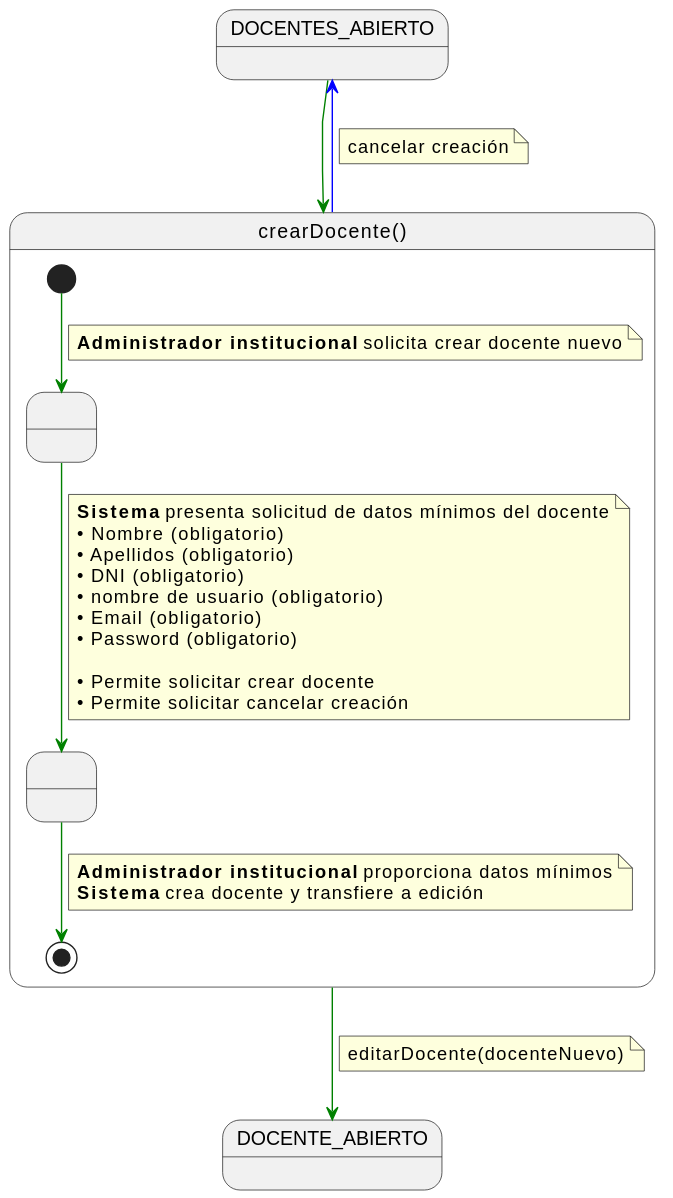
The PlantUML diagram documents/casos-de-uso/detalladoCasosDeUso/crearDocente/crearDocente.svg in martinlopez7/25-26-IdSw1-SdR, before a commit.
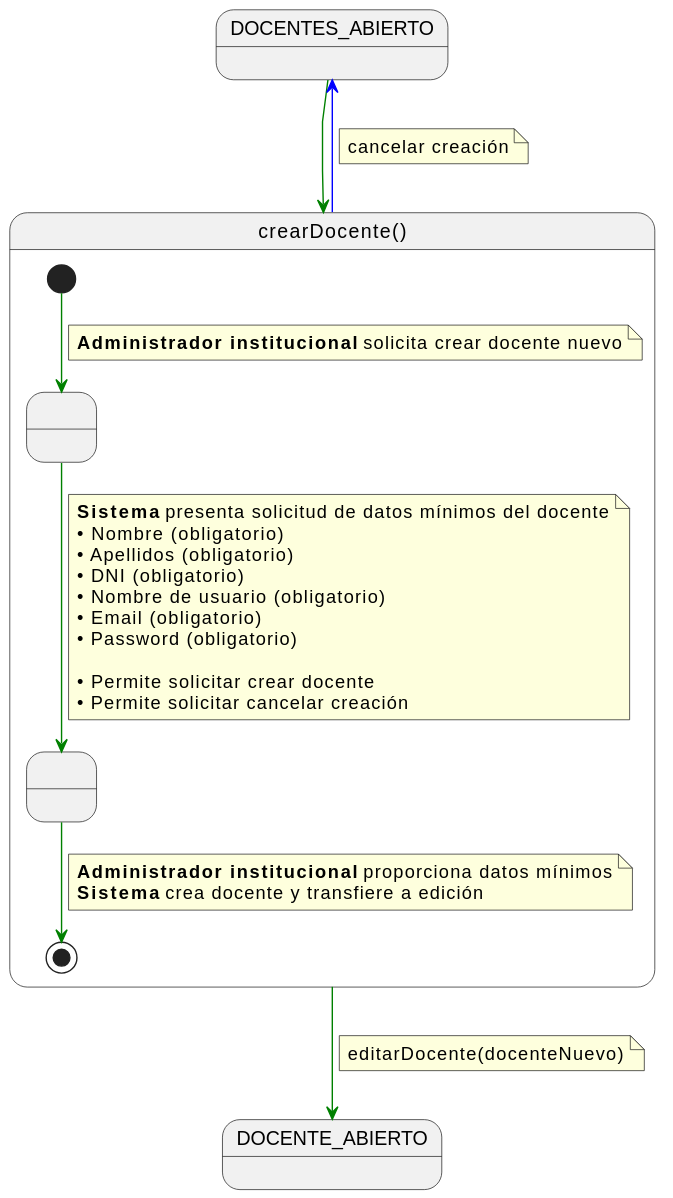
After the commit.

What changed in the source:
```diff
@@ -21,7 +21,7 @@
     • Nombre (obligatorio)
     • Apellidos (obligatorio)
     • DNI (obligatorio)
-    • nombre de usuario (obligatorio)
+    • Nombre de usuario (obligatorio)
     • Email (obligatorio)
     • Password (obligatorio)
 
```
